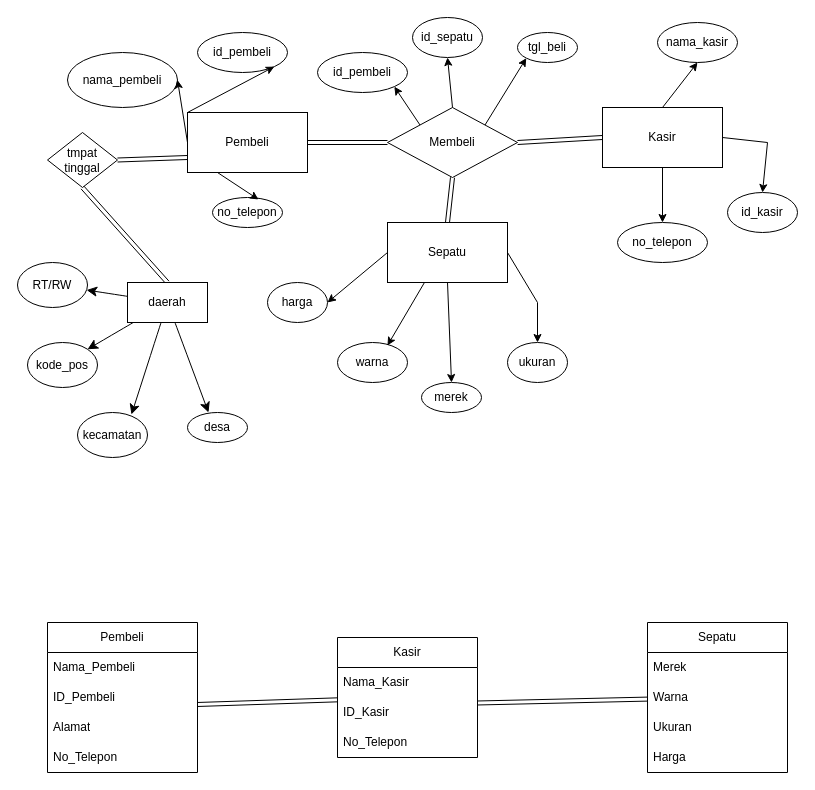
rizalmhmd/Bot-Wa keeps this draw.io diagram as Diagram Tanpa Judul.drawio. Above is the earlier version. Source tidied: cells renumbered, new cells numbered last; positions are measured from the earlier drawing's top-left corner, leaving out a move shared by most shapes. Both pictures are drawn from the tidied source at 100%, with x=0, y=0 at pixel (17, 17).
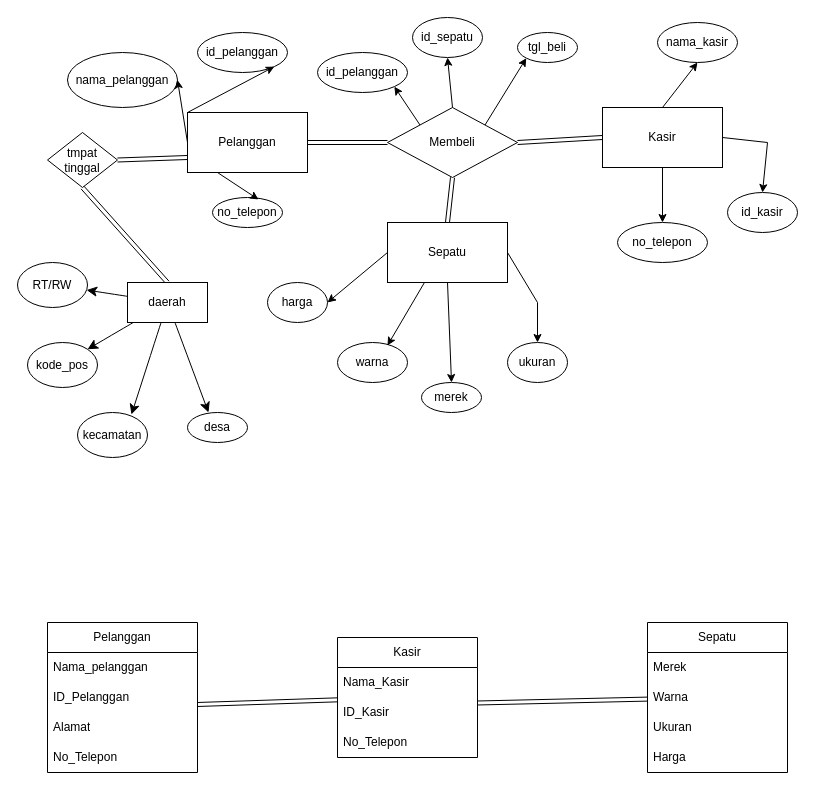
After the change.

The edit, as a diff of the source:
```diff
@@
-    <mxCell id="2" value="Pembeli" style="rounded=0;whiteSpace=wrap;html=1;" parent="1" vertex="1">
+    <mxCell id="2" value="Pelanggan" style="rounded=0;whiteSpace=wrap;html=1;" parent="1" vertex="1">
       <mxGeometry x="170" y="95" width="120" height="60" as="geometry" />
     </mxCell>
@@
-    <mxCell id="9" value="nama_pembeli" style="ellipse;whiteSpace=wrap;html=1;" parent="1" vertex="1">
+    <mxCell id="9" value="nama_pelanggan" style="ellipse;whiteSpace=wrap;html=1;" parent="1" vertex="1">
       <mxGeometry x="50" y="35" width="110" height="55" as="geometry" />
     </mxCell>
@@
-    <mxCell id="13" value="id_pembeli" style="ellipse;whiteSpace=wrap;html=1;" parent="1" vertex="1">
+    <mxCell id="13" value="id_pelanggan" style="ellipse;whiteSpace=wrap;html=1;" parent="1" vertex="1">
       <mxGeometry x="180" y="15" width="90" height="40" as="geometry" />
     </mxCell>
@@
-    <mxCell id="19" value="id_pembeli" style="ellipse;whiteSpace=wrap;html=1;" parent="1" vertex="1">
+    <mxCell id="19" value="id_pelanggan" style="ellipse;whiteSpace=wrap;html=1;" parent="1" vertex="1">
       <mxGeometry x="300" y="35" width="90" height="40" as="geometry" />
     </mxCell>
@@
-    <mxCell id="35" value="Pembeli" style="swimlane;fontStyle=0;horizontal=1;startSize=30;whiteSpace=wrap;html=1;" parent="1" vertex="1">
+    <mxCell id="35" value="Pelanggan" style="swimlane;fontStyle=0;horizontal=1;startSize=30;whiteSpace=wrap;html=1;" parent="1" vertex="1">
       <mxGeometry x="30" y="605" width="150" height="150" as="geometry" />
     </mxCell>
-    <mxCell id="36" value="Nama_Pembeli" style="text;strokeColor=none;fillColor=none;align=left;verticalAlign=middle;spacingLeft=4;spacingRight=4;overflow=hidden;whiteSpace=wrap;html=1;" parent="35" vertex="1">
+    <mxCell id="36" value="Nama_pelanggan" style="text;strokeColor=none;fillColor=none;align=left;verticalAlign=middle;spacingLeft=4;spacingRight=4;overflow=hidden;whiteSpace=wrap;html=1;" parent="35" vertex="1">
       <mxGeometry y="30" width="150" height="30" as="geometry" />
     </mxCell>
-    <mxCell id="37" value="ID_Pembeli" style="text;strokeColor=none;fillColor=none;align=left;verticalAlign=middle;spacingLeft=4;spacingRight=4;overflow=hidden;points=[[0,0.5],[1,0.5]];portConstraint=eastwest;whiteSpace=wrap;html=1;" parent="35" vertex="1">
+    <mxCell id="37" value="ID_Pelanggan" style="text;strokeColor=none;fillColor=none;align=left;verticalAlign=middle;spacingLeft=4;spacingRight=4;overflow=hidden;points=[[0,0.5],[1,0.5]];portConstraint=eastwest;whiteSpace=wrap;html=1;" parent="35" vertex="1">
       <mxGeometry y="60" width="150" height="30" as="geometry" />
     </mxCell>
```
